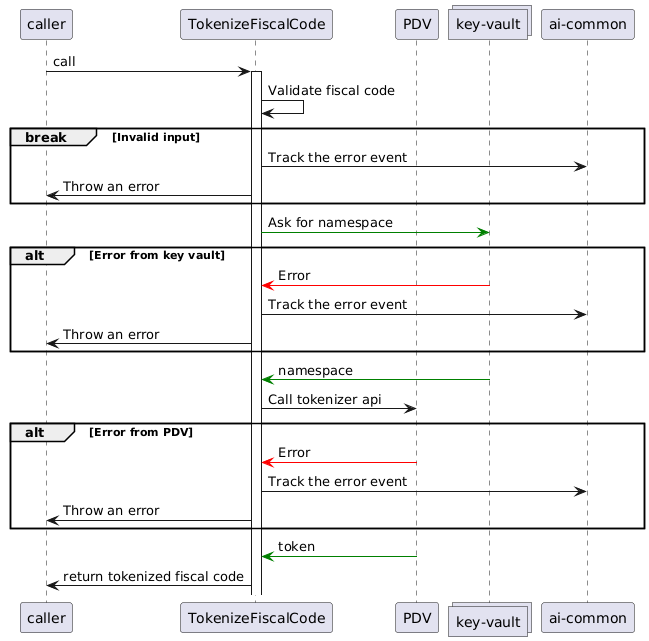
Above: apps/etl-func/docs/tokenize.png in pagopa/io-messages (PlantUML), before the change.
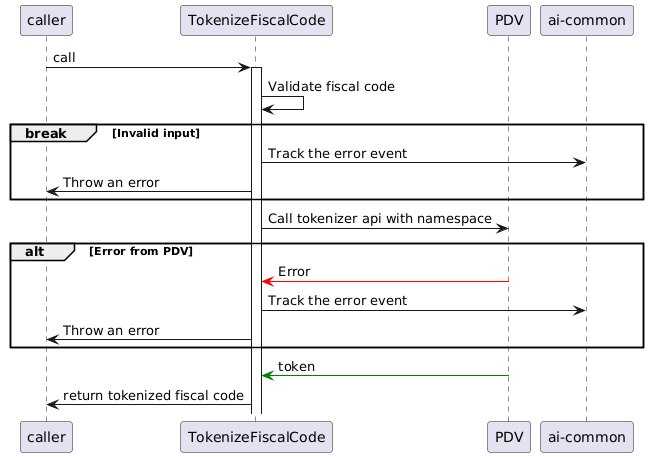
The same file after the commit.

Commit message:
fixed tokenize fiscal code sequence diagram

Diff of the diagram source:
```diff
@@ -2,7 +2,6 @@
 participant caller
 participant TokenizeFiscalCode as tf
 participant PDV
-collections "key-vault" as kv
 participant "ai-common" as ai
 
 caller -> tf : call
@@ -15,17 +14,7 @@
   tf -> caller : Throw an error
 end
 
-tf -[#green]> kv : Ask for namespace
-
-alt Error from key vault
-  kv -[#red]> tf : Error
-  tf -> ai : Track the error event
-  tf -> caller : Throw an error
-end
-
-kv -[#green]> tf : namespace
-
-tf -> PDV : Call tokenizer api
+tf -> PDV : Call tokenizer api with namespace
 
 alt Error from PDV
   PDV -[#red]> tf : Error
```
